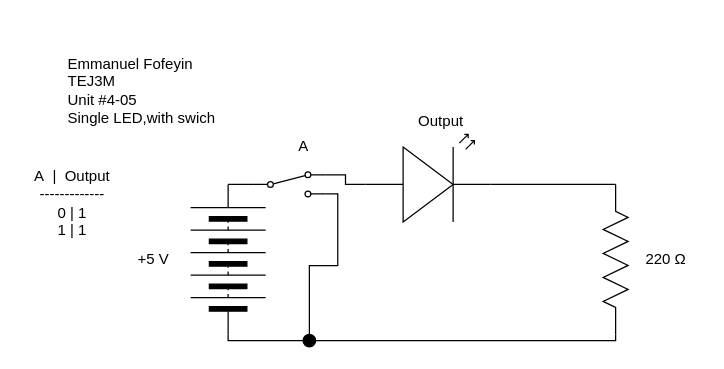
Before: TEJ3M-Unit4-03/TEJ3M-Unit-4-05.drawio in Emmanuel-Fofeyin/TEJ3M-Unit4, a draw.io diagram. Source tidied: cells renumbered, new cells numbered last; positions are measured from the earlier drawing's top-left corner, leaving out a move shared by most shapes. Both pictures are drawn from the tidied source at 125%, with x=0, y=0 at pixel (21, 46).
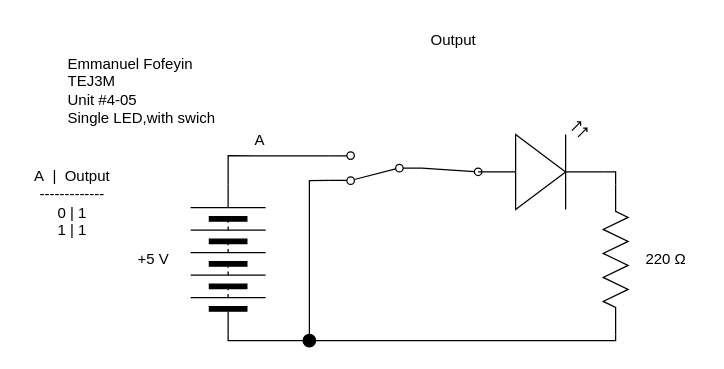
Above is the later version.

The change refers to these unchanged cells:
```xml
<mxCell id="3" style="verticalLabelPosition=bottom;shadow=0;dashed=0;align=center;html=1;verticalAlign=top;shape=mxgraph.electrical.miscellaneous.batteryStack;direction=north;" parent="1" vertex="1">
  <mxGeometry x="135" y="110" width="60" height="120" as="geometry" />
</mxCell>
<mxCell id="5" style="verticalLabelPosition=bottom;shadow=0;dashed=0;align=center;html=1;verticalAlign=top;shape=mxgraph.electrical.resistors.resistor_2;direction=south;" parent="1" vertex="1">
  <mxGeometry x="465" y="110" width="20" height="120" as="geometry" />
</mxCell>
<mxCell id="16" style="ellipse;whiteSpace=wrap;html=1;strokeColor=#000000;fillColor=#000000;" parent="1" vertex="1">
  <mxGeometry x="225" y="230" width="10" height="10" as="geometry" />
</mxCell>
```

The edit, as a diff of the source:
```diff
@@
-    <mxCell id="6" style="edgeStyle=none;html=1;exitX=1;exitY=0.57;exitDx=0;exitDy=0;exitPerimeter=0;entryX=0;entryY=0.5;entryDx=0;entryDy=0;entryPerimeter=0;endArrow=none;endFill=0;" parent="1" edge="1" source="8" target="5">
+    <mxCell id="6" style="edgeStyle=orthogonalEdgeStyle;shape=connector;rounded=0;html=1;exitX=1;exitY=0.57;exitDx=0;exitDy=0;exitPerimeter=0;entryX=0;entryY=0.5;entryDx=0;entryDy=0;entryPerimeter=0;labelBackgroundColor=default;strokeColor=default;fontFamily=Helvetica;fontSize=11;fontColor=default;endArrow=none;endFill=0;" parent="1" edge="1" source="8" target="5">
       <mxGeometry relative="1" as="geometry" />
     </mxCell>
-    <mxCell id="7" style="edgeStyle=orthogonalEdgeStyle;html=1;exitX=0;exitY=0.57;exitDx=0;exitDy=0;exitPerimeter=0;entryX=1;entryY=0.12;entryDx=0;entryDy=0;rounded=0;endArrow=none;endFill=0;" parent="1" edge="1" source="8" target="13">
-      <mxGeometry relative="1" as="geometry" />
-    </mxCell>
     <mxCell id="8" style="verticalLabelPosition=bottom;shadow=0;dashed=0;align=center;html=1;verticalAlign=top;shape=mxgraph.electrical.opto_electronics.led_2;direction=east;" parent="1" vertex="1">
-      <mxGeometry x="275" y="70" width="100" height="70" as="geometry" />
+      <mxGeometry x="365" y="60" width="100" height="70" as="geometry" />
     </mxCell>
@@
-    <mxCell id="11" style="edgeStyle=orthogonalEdgeStyle;rounded=0;html=1;exitX=0;exitY=0.5;exitDx=0;exitDy=0;entryX=1;entryY=0.5;entryDx=0;entryDy=0;endArrow=none;endFill=0;" parent="1" edge="1" source="13" target="3">
-      <mxGeometry relative="1" as="geometry">
-        <Array as="points">
-          <mxPoint x="175" y="110" />
-          <mxPoint x="175" y="110" />
-        </Array>
-      </mxGeometry>
-    </mxCell>
-    <mxCell id="12" style="edgeStyle=orthogonalEdgeStyle;rounded=0;html=1;exitX=1;exitY=0.88;exitDx=0;exitDy=0;entryX=0.5;entryY=0;entryDx=0;entryDy=0;endArrow=none;endFill=0;" parent="1" edge="1" source="13" target="16">
-      <mxGeometry relative="1" as="geometry" />
-    </mxCell>
-    <mxCell id="13" style="shape=mxgraph.electrical.electro-mechanical.twoWaySwitch;elSwitchState=2;direction=east;" parent="1" vertex="1">
-      <mxGeometry x="185" y="100" width="57.7" height="20" as="geometry" />
-    </mxCell>
@@
     <mxCell id="18" value="A" style="text;html=1;align=center;verticalAlign=middle;strokeColor=none;fillColor=none;" parent="1" vertex="1">
-      <mxGeometry x="210" y="65" width="30" height="30" as="geometry" />
+      <mxGeometry x="175" y="60" width="30" height="30" as="geometry" />
     </mxCell>
     <mxCell id="19" value="Output" style="text;html=1;align=center;verticalAlign=middle;strokeColor=none;fillColor=none;" parent="1" vertex="1">
-      <mxGeometry x="305" y="45" width="60" height="30" as="geometry" />
+      <mxGeometry x="315" y="-20" width="60" height="30" as="geometry" />
     </mxCell>
+    <mxCell id="20" style="edgeStyle=none;html=1;exitX=0;exitY=0.5;exitDx=0;exitDy=0;entryX=0;entryY=0.57;entryDx=0;entryDy=0;entryPerimeter=0;endArrow=oval;endFill=0;" parent="1" edge="1" source="23" target="8">
+      <mxGeometry relative="1" as="geometry" />
+    </mxCell>
+    <mxCell id="21" style="edgeStyle=orthogonalEdgeStyle;html=1;exitX=1;exitY=0.12;exitDx=0;exitDy=0;entryX=0.5;entryY=0;entryDx=0;entryDy=0;endArrow=none;endFill=0;rounded=0;" parent="1" edge="1" source="23" target="16">
+      <mxGeometry relative="1" as="geometry" />
+    </mxCell>
+    <mxCell id="22" style="edgeStyle=orthogonalEdgeStyle;shape=connector;rounded=0;html=1;exitX=1;exitY=0.88;exitDx=0;exitDy=0;entryX=1;entryY=0.5;entryDx=0;entryDy=0;labelBackgroundColor=default;strokeColor=default;fontFamily=Helvetica;fontSize=11;fontColor=default;endArrow=none;endFill=0;" parent="1" edge="1" source="23" target="3">
+      <mxGeometry relative="1" as="geometry" />
+    </mxCell>
+    <mxCell id="23" style="shape=mxgraph.electrical.electro-mechanical.twoWaySwitch;elSwitchState=2;rotation=-180;" parent="1" vertex="1">
+      <mxGeometry x="245" y="84" width="75" height="26" as="geometry" />
+    </mxCell>
```
